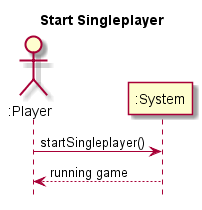
The PlantUML diagram Assignments/AssignmentTwo/PA Uppgift 3 Sequence Diagrams/PlantUML (remix)/Start Singleplayer.png in Henkebot/OOD-PA1415-Sallad, before a commit. The source it was exported from:
```plantuml
@startuml
hide footbox
title Start Singleplayer

actor ":Player" as player
participant ":System" as system

player->system : startSingleplayer()
system --> player : running game

@enduml
```
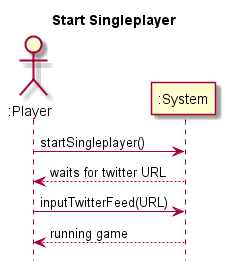
After the change.

Commit message:
Changed the ssd to fit the criteria from the use case

Diff of the diagram source:
```diff
@@ -5,7 +5,9 @@
 actor ":Player" as player
 participant ":System" as system
 
-player->system : startSingleplayer()
+player -> system : startSingleplayer()
+system --> player : waits for twitter URL
+player -> system : inputTwitterFeed(URL)
 system --> player : running game
 
 @enduml
```
